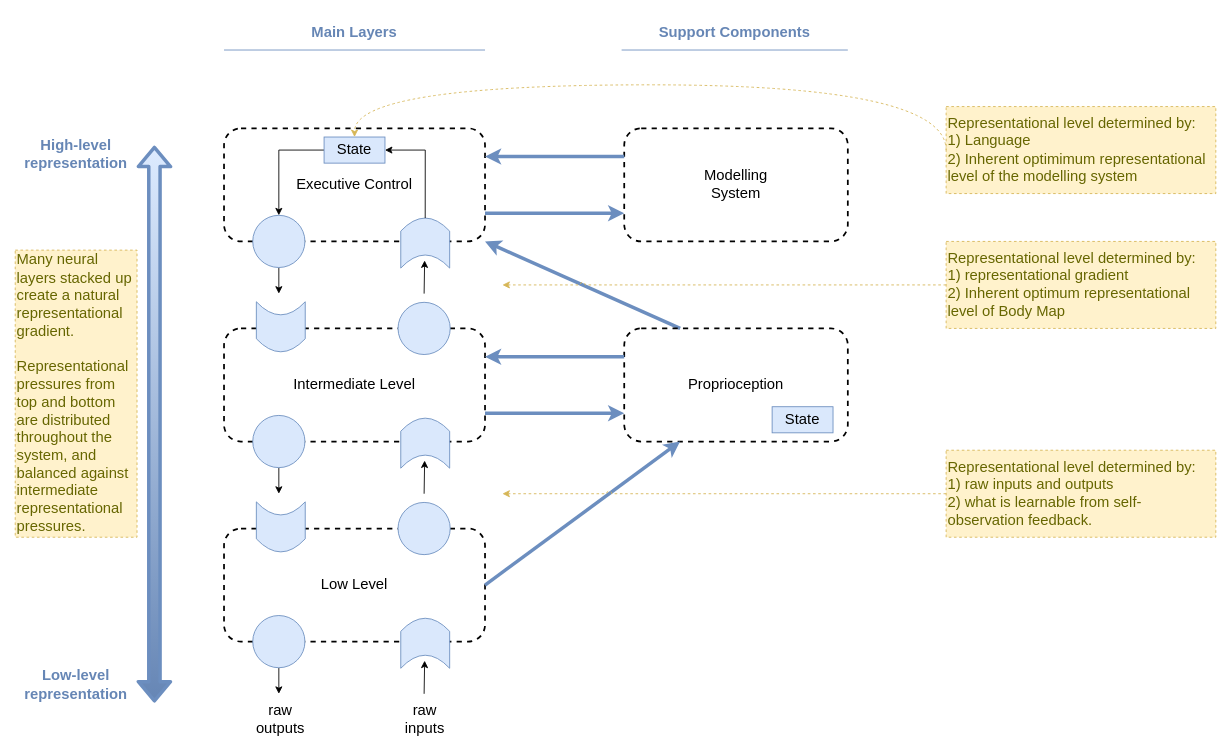
Earlier version of the draw.io diagram page "representational-gradient" (8 of 16) of files/An-agi-architecture-v1.drawio (malcolmlett/malcolmlett.github.io). Source tidied: cells renumbered, new cells numbered last; positions are measured from the earlier drawing's top-left corner, leaving out a move shared by most shapes. Both pictures are drawn from the tidied source at 87%, with x=0, y=0 at pixel (15, 15).
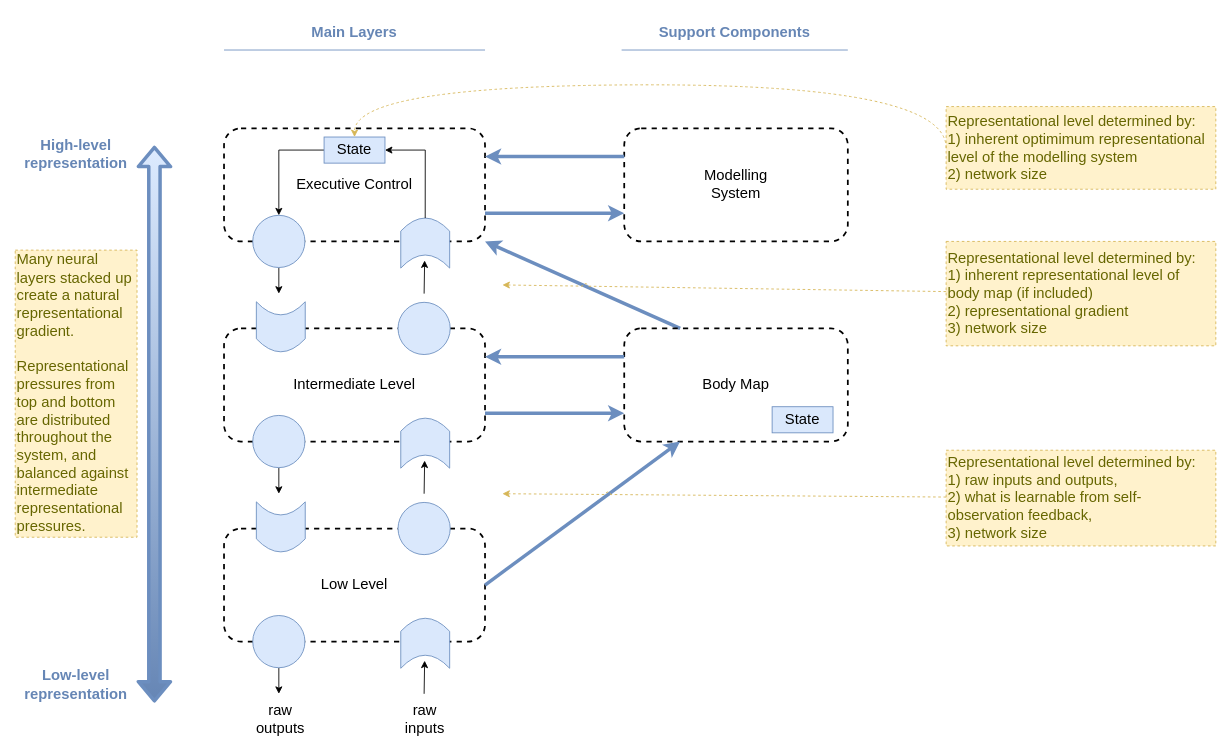
The same page after the edit.

Diff of the diagram source:
```diff
@@
-    <mxCell id="22" value="Proprioception" style="rounded=1;whiteSpace=wrap;html=1;fillColor=none;dashed=1;strokeWidth=2;fontSize=17;" parent="1" vertex="1">
+    <mxCell id="22" value="Body Map" style="rounded=1;whiteSpace=wrap;html=1;fillColor=none;dashed=1;strokeWidth=2;fontSize=17;" parent="1" vertex="1">
       <mxGeometry x="700" y="360" width="257" height="130" as="geometry" />
     </mxCell>
@@
-    <mxCell id="35" value="Representational level determined by:&lt;br&gt;1) raw inputs and outputs&lt;br&gt;2) what is learnable from self-observation feedback." style="rounded=0;whiteSpace=wrap;html=1;align=left;fillColor=#fff2cc;strokeColor=#d6b656;fontColor=#666600;dashed=1;fontSize=17;" parent="1" vertex="1">
-      <mxGeometry x="1070" y="500" width="310" height="100" as="geometry" />
+    <mxCell id="35" value="Representational level determined by:&lt;br&gt;1) raw inputs and outputs,&lt;br&gt;2) what is learnable from self-observation feedback,&lt;br&gt;3) network size" style="rounded=0;whiteSpace=wrap;html=1;align=left;fillColor=#fff2cc;strokeColor=#d6b656;fontColor=#666600;dashed=1;fontSize=17;" parent="1" vertex="1">
+      <mxGeometry x="1070" y="500" width="310" height="110" as="geometry" />
     </mxCell>
@@
-    <mxCell id="37" value="Representational level determined by:&lt;br&gt;1) Language&lt;br&gt;2) Inherent optimimum representational level of the modelling system" style="rounded=0;whiteSpace=wrap;html=1;align=left;fillColor=#fff2cc;strokeColor=#d6b656;fontColor=#666600;dashed=1;fontSize=17;" parent="1" vertex="1">
-      <mxGeometry x="1070" y="105" width="310" height="100" as="geometry" />
+    <mxCell id="37" value="Representational level determined by:&lt;br&gt;1) inherent optimimum representational level of the modelling system&lt;br&gt;2) network size" style="rounded=0;whiteSpace=wrap;html=1;align=left;fillColor=#fff2cc;strokeColor=#d6b656;fontColor=#666600;dashed=1;fontSize=17;" parent="1" vertex="1">
+      <mxGeometry x="1070" y="105" width="310" height="95" as="geometry" />
     </mxCell>
@@
-    <mxCell id="42" value="Representational level determined by:&lt;br&gt;1)&amp;nbsp;representational gradient&lt;br&gt;2) Inherent optimum representational level of Body Map" style="rounded=0;whiteSpace=wrap;html=1;align=left;fillColor=#fff2cc;strokeColor=#d6b656;fontColor=#666600;dashed=1;fontSize=17;" parent="1" vertex="1">
-      <mxGeometry x="1070" y="260" width="310" height="100" as="geometry" />
+    <mxCell id="42" value="Representational level determined by:&lt;br&gt;1) inherent representational level of body map (if included)&lt;br&gt;2)&amp;nbsp;representational gradient&lt;br&gt;3) network size" style="rounded=0;whiteSpace=wrap;html=1;align=left;fillColor=#fff2cc;strokeColor=#d6b656;fontColor=#666600;dashed=1;fontSize=17;" parent="1" vertex="1">
+      <mxGeometry x="1070" y="260" width="310" height="120" as="geometry" />
     </mxCell>
```
